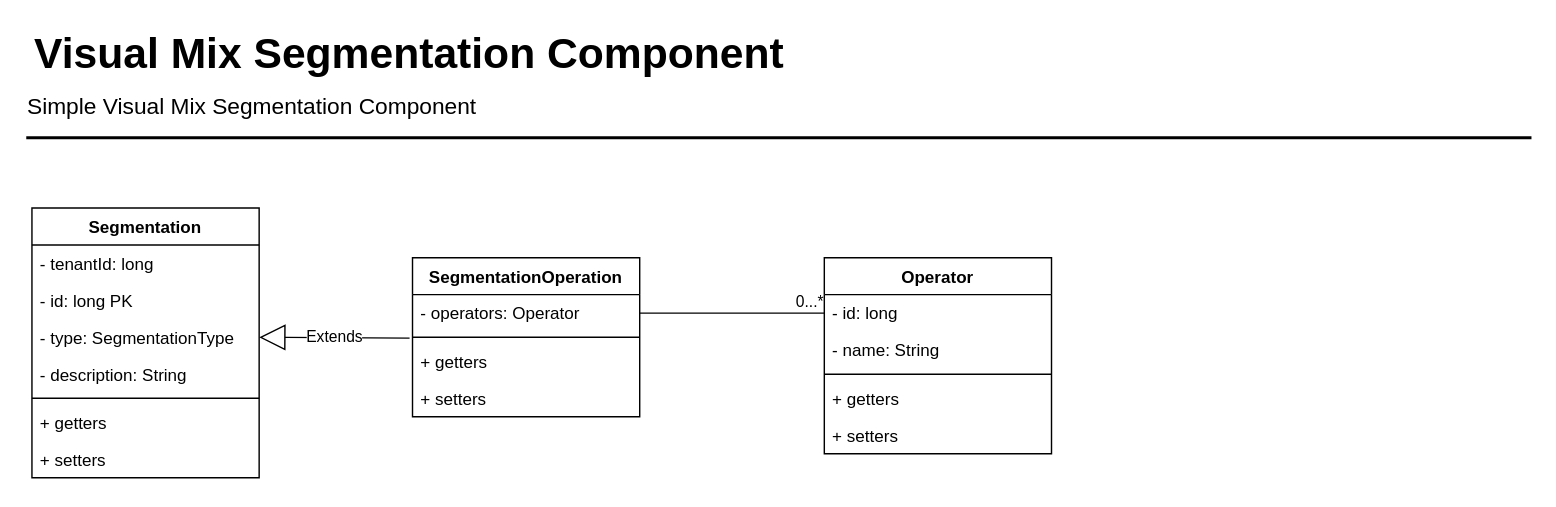
This is segmentation-component.drawio from Wiu0/diagram, a draw.io file, before an edit. Source tidied: cells renumbered, new cells numbered last; positions are measured from the earlier drawing's top-left corner, leaving out a move shared by most shapes. Both pictures are drawn from the tidied source at 142%, with x=0, y=0 at pixel (24, 23).
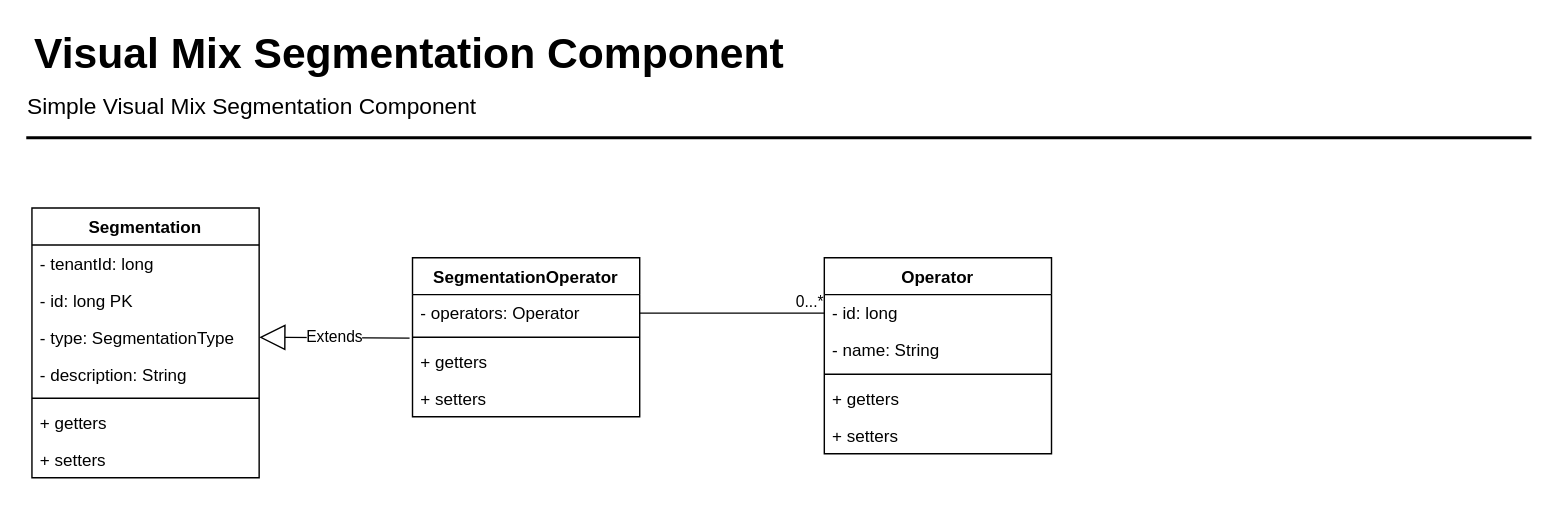
After the change.

Change to the diagram source:
```diff
@@
-    <mxCell id="14" value="SegmentationOperation" style="swimlane;fontStyle=1;align=center;verticalAlign=top;horizontal=1;startSize=26;" parent="1" vertex="1">
+    <mxCell id="14" value="SegmentationOperator" style="swimlane;fontStyle=1;align=center;verticalAlign=top;horizontal=1;startSize=26;" parent="1" vertex="1">
       <mxGeometry x="273" y="165" width="160" height="112" as="geometry" />
     </mxCell>
```
